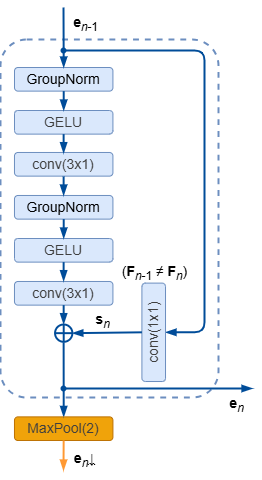
Before: images/parametersEstimation/encoder_block_diagram.drawio.png, a diagram exported from draw.io (romangorbunov91/master-thesis-2026). Source tidied: cells renumbered, new cells last; positions are measured from the earlier drawing's top-left corner, leaving out a move shared by most shapes.
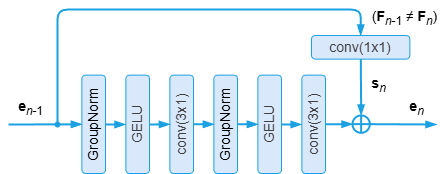
The same diagram one commit later.

Change to the diagram source:
```diff
@@ -2,117 +2,90 @@
   <root>
     <mxCell id="0" />
     <mxCell id="1" parent="0" />
-    <mxCell id="2" style="rounded=1;whiteSpace=wrap;html=1;fillColor=none;strokeColor=#6c8ebf;dashed=1;strokeWidth=1.9685;arcSize=12;" parent="1" vertex="1">
-      <mxGeometry y="33" width="218" height="358" as="geometry" />
-    </mxCell>
+    <mxCell id="7" value="&lt;font style=&quot;font-size: 14px;&quot;&gt;&lt;b style=&quot;&quot;&gt;e&lt;/b&gt;&lt;sub style=&quot;&quot;&gt;&lt;i style=&quot;&quot;&gt;n&lt;/i&gt;-1&lt;/sub&gt;&lt;/font&gt;" style="text;html=1;align=center;verticalAlign=middle;strokeColor=none;fillColor=none;" parent="1" vertex="1">
+      <mxGeometry x="-132" y="206" width="44" height="33" as="geometry" />
+    </mxCell>
+    <mxCell id="23" value="&lt;font style=&quot;font-size: 14px;&quot;&gt;&lt;b style=&quot;&quot;&gt;e&lt;/b&gt;&lt;sub style=&quot;&quot;&gt;&lt;i style=&quot;&quot;&gt;n&lt;/i&gt;&lt;/sub&gt;&lt;/font&gt;" style="text;html=1;align=center;verticalAlign=middle;strokeColor=none;fillColor=none;" parent="1" vertex="1">
+      <mxGeometry x="259" y="206" width="33" height="33" as="geometry" />
+    </mxCell>
+    <mxCell id="24" value="&lt;font style=&quot;font-size: 14px;&quot;&gt;&lt;b style=&quot;&quot;&gt;s&lt;/b&gt;&lt;sub style=&quot;&quot;&gt;&lt;i style=&quot;&quot;&gt;n&lt;/i&gt;&lt;/sub&gt;&lt;/font&gt;" style="text;html=1;align=center;verticalAlign=middle;strokeColor=none;fillColor=none;strokeWidth=1.9685;" parent="1" vertex="1">
+      <mxGeometry x="221" y="183" width="33" height="33" as="geometry" />
+    </mxCell>
+    <mxCell id="28" value="&lt;span style=&quot;font-size: 14px;&quot;&gt;(&lt;b&gt;F&lt;/b&gt;&lt;sub&gt;&lt;i&gt;n&lt;/i&gt;-1&lt;/sub&gt; ≠ &lt;b&gt;F&lt;/b&gt;&lt;sub&gt;&lt;i&gt;n&lt;/i&gt;&lt;/sub&gt;)&lt;/span&gt;" style="text;html=1;align=center;verticalAlign=middle;strokeColor=none;fillColor=none;strokeWidth=1.9685;" parent="1" vertex="1">
+      <mxGeometry x="222.4" y="116" width="84" height="33" as="geometry" />
+    </mxCell>
-    <mxCell id="3" value="&lt;span style=&quot;font-size: 14px;&quot;&gt;GroupNorm&lt;/span&gt;" style="rounded=1;whiteSpace=wrap;html=1;rotation=0;fillColor=#dae8fc;strokeColor=#6c8ebf;" parent="1" vertex="1">
-      <mxGeometry x="14" y="61" width="98.4" height="23.6" as="geometry" />
+    <mxCell id="3" value="&lt;span style=&quot;font-size: 14px;&quot;&gt;GroupNorm&lt;/span&gt;" style="rounded=1;whiteSpace=wrap;html=1;rotation=-90;fillColor=#dae8fc;strokeColor=#1BA1E2;" parent="1" vertex="1">
+      <mxGeometry x="-96" y="228" width="98.4" height="23.6" as="geometry" />
     </mxCell>
-    <mxCell id="4" value="&lt;span style=&quot;color: rgb(63, 63, 63); font-size: 14px;&quot;&gt;GELU&lt;/span&gt;" style="rounded=1;whiteSpace=wrap;html=1;rotation=0;fillColor=#dae8fc;strokeColor=#6c8ebf;" parent="1" vertex="1">
-      <mxGeometry x="14" y="104" width="98.4" height="23.6" as="geometry" />
+    <mxCell id="4" value="&lt;span style=&quot;color: rgb(63, 63, 63); font-size: 14px;&quot;&gt;GELU&lt;/span&gt;" style="rounded=1;whiteSpace=wrap;html=1;rotation=-90;fillColor=#dae8fc;strokeColor=#1BA1E2;" parent="1" vertex="1">
+      <mxGeometry x="-52" y="228" width="98.4" height="23.6" as="geometry" />
     </mxCell>
-    <mxCell id="5" value="&lt;span style=&quot;color: rgb(63, 63, 63); font-size: 14px;&quot;&gt;conv(3x1)&lt;/span&gt;" style="rounded=1;whiteSpace=wrap;html=1;rotation=0;fillColor=#dae8fc;strokeColor=#6c8ebf;" parent="1" vertex="1">
-      <mxGeometry x="14" y="146" width="98.4" height="23.6" as="geometry" />
+    <mxCell id="5" value="&lt;span style=&quot;color: rgb(63, 63, 63); font-size: 14px;&quot;&gt;conv(3x1)&lt;/span&gt;" style="rounded=1;whiteSpace=wrap;html=1;rotation=-90;fillColor=#dae8fc;strokeColor=#1BA1E2;" parent="1" vertex="1">
+      <mxGeometry x="-8" y="228" width="98.4" height="23.6" as="geometry" />
     </mxCell>
-    <mxCell id="6" style="edgeStyle=none;html=1;entryX=0.5;entryY=0;entryDx=0;entryDy=0;rounded=0;curved=0;endArrow=blockThin;endFill=1;strokeColor=#004C99;strokeWidth=1.9685;" parent="1" edge="1" target="3">
+    <mxCell id="6" style="edgeStyle=none;html=1;entryX=0.5;entryY=0;entryDx=0;entryDy=0;rounded=0;curved=0;endArrow=blockThin;endFill=1;strokeColor=#1BA1E2;strokeWidth=2;" parent="1" edge="1" target="3">
       <mxGeometry relative="1" as="geometry">
-        <mxPoint x="63" y="1" as="sourcePoint" />
+        <mxPoint x="-132" y="240" as="sourcePoint" />
       </mxGeometry>
     </mxCell>
-    <mxCell id="7" value="&lt;font style=&quot;font-size: 14px;&quot;&gt;&lt;b style=&quot;&quot;&gt;e&lt;/b&gt;&lt;sub style=&quot;&quot;&gt;&lt;i style=&quot;&quot;&gt;n&lt;/i&gt;-1&lt;/sub&gt;&lt;/font&gt;" style="text;html=1;align=center;verticalAlign=middle;strokeColor=none;fillColor=none;" parent="1" vertex="1">
-      <mxGeometry x="63" width="44" height="33" as="geometry" />
-    </mxCell>
-    <mxCell id="8" style="edgeStyle=none;html=1;entryX=0.5;entryY=0;entryDx=0;entryDy=0;rounded=0;curved=0;endArrow=blockThin;endFill=1;strokeColor=#004C99;exitX=0.5;exitY=1;exitDx=0;exitDy=0;strokeWidth=1.9685;" parent="1" edge="1" source="3" target="4">
-      <mxGeometry relative="1" as="geometry" />
+    <mxCell id="8" style="edgeStyle=none;html=1;rounded=0;curved=0;endArrow=blockThin;endFill=1;strokeColor=#1BA1E2;strokeWidth=2;" parent="1" edge="1">
+      <mxGeometry relative="1" as="geometry">
+        <mxPoint x="-35" y="240" as="sourcePoint" />
+        <mxPoint x="-15" y="240" as="targetPoint" />
+      </mxGeometry>
     </mxCell>
-    <mxCell id="9" style="edgeStyle=none;html=1;entryX=0.5;entryY=0;entryDx=0;entryDy=0;rounded=0;curved=0;endArrow=blockThin;endFill=1;strokeColor=#004C99;exitX=0.5;exitY=1;exitDx=0;exitDy=0;strokeWidth=1.9685;" parent="1" edge="1">
+    <mxCell id="9" style="edgeStyle=none;html=1;entryX=0.5;entryY=0;entryDx=0;entryDy=0;rounded=0;curved=0;endArrow=blockThin;endFill=1;strokeColor=#1BA1E2;strokeWidth=2;" parent="1" edge="1" target="5">
       <mxGeometry relative="1" as="geometry">
-        <mxPoint x="63.1" y="127.6" as="sourcePoint" />
-        <mxPoint x="63.1" y="146.6" as="targetPoint" />
+        <mxPoint x="9" y="240" as="sourcePoint" />
       </mxGeometry>
     </mxCell>
-    <mxCell id="10" value="&lt;span style=&quot;font-size: 14px;&quot;&gt;GroupNorm&lt;/span&gt;" style="rounded=1;whiteSpace=wrap;html=1;rotation=0;fillColor=#dae8fc;strokeColor=#6c8ebf;" parent="1" vertex="1">
-      <mxGeometry x="14" y="189" width="98.4" height="23.6" as="geometry" />
+    <mxCell id="10" value="&lt;span style=&quot;font-size: 14px;&quot;&gt;GroupNorm&lt;/span&gt;" style="rounded=1;whiteSpace=wrap;html=1;rotation=-90;fillColor=#dae8fc;strokeColor=#1BA1E2;" parent="1" vertex="1">
+      <mxGeometry x="36" y="228" width="98.4" height="23.6" as="geometry" />
     </mxCell>
-    <mxCell id="11" value="&lt;span style=&quot;color: rgb(63, 63, 63); font-size: 14px;&quot;&gt;GELU&lt;/span&gt;" style="rounded=1;whiteSpace=wrap;html=1;rotation=0;fillColor=#dae8fc;strokeColor=#6c8ebf;" parent="1" vertex="1">
-      <mxGeometry x="14" y="232" width="98.4" height="23.6" as="geometry" />
+    <mxCell id="11" value="&lt;span style=&quot;color: rgb(63, 63, 63); font-size: 14px;&quot;&gt;GELU&lt;/span&gt;" style="rounded=1;whiteSpace=wrap;html=1;rotation=-90;fillColor=#dae8fc;strokeColor=#1BA1E2;" parent="1" vertex="1">
+      <mxGeometry x="80" y="228" width="98.4" height="23.6" as="geometry" />
     </mxCell>
-    <mxCell id="12" value="&lt;span style=&quot;color: rgb(63, 63, 63); font-size: 14px;&quot;&gt;conv(3x1)&lt;/span&gt;" style="rounded=1;whiteSpace=wrap;html=1;rotation=0;fillColor=#dae8fc;strokeColor=#6c8ebf;" parent="1" vertex="1">
-      <mxGeometry x="14" y="275" width="98.4" height="23.6" as="geometry" />
+    <mxCell id="12" value="&lt;span style=&quot;color: rgb(63, 63, 63); font-size: 14px;&quot;&gt;conv(3x1)&lt;/span&gt;" style="rounded=1;whiteSpace=wrap;html=1;rotation=-90;fillColor=#dae8fc;strokeColor=#1BA1E2;" parent="1" vertex="1">
+      <mxGeometry x="124" y="228" width="98.4" height="23.6" as="geometry" />
     </mxCell>
-    <mxCell id="13" style="edgeStyle=none;html=1;entryX=0.5;entryY=0;entryDx=0;entryDy=0;rounded=0;curved=0;endArrow=blockThin;endFill=1;strokeColor=#004C99;exitX=0.5;exitY=1;exitDx=0;exitDy=0;strokeWidth=1.9685;" parent="1" edge="1" source="10" target="11">
+    <mxCell id="13" style="edgeStyle=none;html=1;rounded=0;curved=0;endArrow=blockThin;endFill=1;strokeColor=#1BA1E2;strokeWidth=2;entryX=0.5;entryY=0;entryDx=0;entryDy=0;exitX=0.5;exitY=1;exitDx=0;exitDy=0;" parent="1" edge="1" source="10" target="11">
       <mxGeometry relative="1" as="geometry" />
     </mxCell>
-    <mxCell id="14" style="edgeStyle=none;html=1;entryX=0.5;entryY=0;entryDx=0;entryDy=0;rounded=0;curved=0;endArrow=blockThin;endFill=1;strokeColor=#004C99;exitX=0.5;exitY=1;exitDx=0;exitDy=0;strokeWidth=1.9685;" parent="1" edge="1">
+    <mxCell id="14" style="edgeStyle=none;html=1;entryX=0.498;entryY=-0.013;entryDx=0;entryDy=0;rounded=0;curved=0;endArrow=blockThin;endFill=1;strokeColor=#1BA1E2;strokeWidth=2;entryPerimeter=0;" parent="1" edge="1" target="12">
       <mxGeometry relative="1" as="geometry">
-        <mxPoint x="63.1" y="255.6" as="sourcePoint" />
-        <mxPoint x="63.1" y="274.6" as="targetPoint" />
+        <mxPoint x="141" y="240" as="sourcePoint" />
       </mxGeometry>
     </mxCell>
-    <mxCell id="15" style="edgeStyle=none;html=1;entryX=0.5;entryY=0;entryDx=0;entryDy=0;rounded=0;curved=0;endArrow=blockThin;endFill=1;strokeColor=#004C99;exitX=0.5;exitY=1;exitDx=0;exitDy=0;strokeWidth=1.9685;" parent="1" edge="1">
-      <mxGeometry relative="1" as="geometry">
-        <mxPoint x="63.1" y="170" as="sourcePoint" />
-        <mxPoint x="63.1" y="189" as="targetPoint" />
-      </mxGeometry>
+    <mxCell id="15" style="edgeStyle=none;html=1;entryX=0.5;entryY=0;entryDx=0;entryDy=0;rounded=0;curved=0;endArrow=blockThin;endFill=1;strokeColor=#1BA1E2;strokeWidth=2;exitX=0.5;exitY=1;exitDx=0;exitDy=0;" parent="1" edge="1" source="5" target="10">
+      <mxGeometry relative="1" as="geometry" />
     </mxCell>
-    <mxCell id="16" style="verticalLabelPosition=bottom;verticalAlign=top;html=1;shape=mxgraph.flowchart.summing_function;strokeColor=#004C99;strokeWidth=1.9685;" parent="1" vertex="1">
-      <mxGeometry x="54.6" y="318" width="17.3" height="17.3" as="geometry" />
+    <mxCell id="16" style="verticalLabelPosition=bottom;verticalAlign=top;html=1;shape=mxgraph.flowchart.summing_function;strokeColor=#1BA1E2;strokeWidth=2;rotation=-90;" parent="1" vertex="1">
+      <mxGeometry x="212" y="231" width="17.3" height="17.3" as="geometry" />
     </mxCell>
-    <mxCell id="17" style="edgeStyle=none;html=1;entryX=0.5;entryY=0;entryDx=0;entryDy=0;rounded=0;curved=0;endArrow=blockThin;endFill=1;strokeColor=#004C99;exitX=0.5;exitY=1;exitDx=0;exitDy=0;strokeWidth=1.9685;" parent="1" edge="1">
-      <mxGeometry relative="1" as="geometry">
-        <mxPoint x="63.2" y="298.6" as="sourcePoint" />
-        <mxPoint x="63.2" y="317.6" as="targetPoint" />
-      </mxGeometry>
+    <mxCell id="17" style="edgeStyle=none;html=1;entryX=0.5;entryY=0;entryDx=0;entryDy=0;rounded=0;curved=0;endArrow=blockThin;endFill=1;strokeColor=#1BA1E2;strokeWidth=2;entryPerimeter=0;exitX=0.5;exitY=1;exitDx=0;exitDy=0;" parent="1" edge="1" source="12" target="16">
+      <mxGeometry relative="1" as="geometry" />
     </mxCell>
-    <mxCell id="18" style="edgeStyle=orthogonalEdgeStyle;html=1;rounded=1;endArrow=blockThin;endFill=1;strokeColor=#004C99;startArrow=oval;startFill=1;startSize=3.937;curved=0;strokeWidth=1.9685;entryX=0.5;entryY=1;entryDx=0;entryDy=0;" parent="1" edge="1" target="26">
+    <mxCell id="18" style="edgeStyle=orthogonalEdgeStyle;html=1;rounded=1;endArrow=blockThin;endFill=1;strokeColor=#1BA1E2;startArrow=oval;startFill=1;startSize=3.937;curved=0;strokeWidth=2;entryX=0.5;entryY=0;entryDx=0;entryDy=0;" parent="1" edge="1" target="26">
       <mxGeometry relative="1" as="geometry">
-        <mxPoint x="63" y="44" as="sourcePoint" />
+        <mxPoint x="-83" y="240" as="sourcePoint" />
         <Array as="points">
-          <mxPoint x="204" y="44" />
-          <mxPoint x="204" y="326" />
+          <mxPoint x="-83" y="125" />
+          <mxPoint x="220" y="125" />
         </Array>
       </mxGeometry>
     </mxCell>
-    <mxCell id="19" value="&lt;span style=&quot;color: rgb(63, 63, 63); font-size: 14px;&quot;&gt;MaxPool(2)&lt;/span&gt;" style="rounded=1;whiteSpace=wrap;html=1;rotation=0;fillColor=#f0a30a;strokeColor=#BD7000;glass=0;fontColor=#000000;" parent="1" vertex="1">
-      <mxGeometry x="14" y="410.4" width="98.4" height="23.6" as="geometry" />
-    </mxCell>
-    <mxCell id="20" style="edgeStyle=none;html=1;rounded=0;curved=0;endArrow=blockThin;endFill=1;strokeColor=#004C99;exitX=0.5;exitY=1;exitDx=0;exitDy=0;entryX=0.5;entryY=0;entryDx=0;entryDy=0;strokeWidth=1.9685;" parent="1" edge="1" target="19">
+    <mxCell id="20" style="edgeStyle=none;html=1;rounded=0;curved=0;endArrow=blockThin;endFill=1;strokeColor=#1BA1E2;strokeWidth=2;exitX=0.5;exitY=1;exitDx=0;exitDy=0;exitPerimeter=0;" parent="1" edge="1" source="16">
       <mxGeometry relative="1" as="geometry">
-        <mxPoint x="63.1" y="336" as="sourcePoint" />
+        <mxPoint x="296" y="240" as="targetPoint" />
       </mxGeometry>
     </mxCell>
-    <mxCell id="21" style="edgeStyle=none;html=1;rounded=0;curved=0;endArrow=blockThin;endFill=1;strokeColor=#FF9933;exitX=0.5;exitY=1;exitDx=0;exitDy=0;strokeWidth=1.9685;" parent="1" edge="1">
-      <mxGeometry relative="1" as="geometry">
-        <mxPoint x="63.2" y="434" as="sourcePoint" />
-        <mxPoint x="63" y="464" as="targetPoint" />
-      </mxGeometry>
-    </mxCell>
-    <mxCell id="22" style="edgeStyle=orthogonalEdgeStyle;html=1;rounded=0;endArrow=blockThin;endFill=1;strokeColor=#004C99;startArrow=oval;startFill=1;startSize=3.937;strokeWidth=1.9685;" parent="1" edge="1">
-      <mxGeometry relative="1" as="geometry">
-        <mxPoint x="63" y="382" as="sourcePoint" />
-        <mxPoint x="252" y="382" as="targetPoint" />
-        <Array as="points">
-          <mxPoint x="156" y="382" />
-        </Array>
-      </mxGeometry>
-    </mxCell>
-    <mxCell id="23" value="&lt;font style=&quot;font-size: 14px;&quot;&gt;&lt;b style=&quot;&quot;&gt;e&lt;/b&gt;&lt;sub style=&quot;&quot;&gt;&lt;i style=&quot;&quot;&gt;n&lt;/i&gt;&lt;/sub&gt;&lt;/font&gt;" style="text;html=1;align=center;verticalAlign=middle;strokeColor=none;fillColor=none;" parent="1" vertex="1">
-      <mxGeometry x="219" y="381" width="33" height="33" as="geometry" />
-    </mxCell>
-    <mxCell id="24" value="&lt;font style=&quot;font-size: 14px;&quot;&gt;&lt;b style=&quot;&quot;&gt;s&lt;/b&gt;&lt;sub style=&quot;&quot;&gt;&lt;i style=&quot;&quot;&gt;n&lt;/i&gt;&lt;/sub&gt;&lt;/font&gt;" style="text;html=1;align=center;verticalAlign=middle;strokeColor=none;fillColor=none;strokeWidth=1.9685;" parent="1" vertex="1">
-      <mxGeometry x="85" y="297" width="33" height="33" as="geometry" />
-    </mxCell>
-    <mxCell id="25" value="&lt;font style=&quot;font-size: 14px;&quot;&gt;&lt;font style=&quot;&quot;&gt;&lt;b style=&quot;&quot;&gt;e&lt;/b&gt;&lt;sub style=&quot;&quot;&gt;&lt;i style=&quot;&quot;&gt;n&lt;/i&gt;&lt;/sub&gt;&lt;/font&gt;&lt;font face=&quot;Google Sans, Arial, sans-serif&quot;&gt;&lt;i style=&quot;&quot;&gt;&lt;u style=&quot;&quot;&gt;↓&lt;/u&gt;&lt;/i&gt;&lt;/font&gt;&lt;/font&gt;" style="text;html=1;align=center;verticalAlign=middle;strokeColor=none;fillColor=none;" parent="1" vertex="1">
-      <mxGeometry x="64" y="436" width="40" height="33" as="geometry" />
-    </mxCell>
+    <mxCell id="27" style="edgeStyle=none;html=1;rounded=0;curved=0;endArrow=blockThin;endFill=1;strokeColor=#1BA1E2;exitX=0.5;exitY=0;exitDx=0;exitDy=0;strokeWidth=2;entryX=1;entryY=0.5;entryDx=0;entryDy=0;entryPerimeter=0;" parent="1" edge="1" target="16">
+      <mxGeometry relative="1" as="geometry">
+        <mxPoint x="220.2" y="161.6" as="sourcePoint" />
+      </mxGeometry>
+    </mxCell>
-    <mxCell id="26" value="&lt;span style=&quot;color: rgb(63, 63, 63); font-size: 14px;&quot;&gt;conv(1x1)&lt;/span&gt;" style="rounded=1;whiteSpace=wrap;html=1;rotation=-90;fillColor=#dae8fc;strokeColor=#6c8ebf;" parent="1" vertex="1">
-      <mxGeometry x="104" y="314" width="98.4" height="23.6" as="geometry" />
+    <mxCell id="26" value="&lt;span style=&quot;color: rgb(63, 63, 63); font-size: 14px;&quot;&gt;conv(1x1)&lt;/span&gt;" style="rounded=1;whiteSpace=wrap;html=1;rotation=0;fillColor=#dae8fc;strokeColor=#1BA1E2;" parent="1" vertex="1">
+      <mxGeometry x="171" y="151" width="98.4" height="23.6" as="geometry" />
     </mxCell>
-    <mxCell id="27" style="edgeStyle=none;html=1;rounded=0;curved=0;endArrow=blockThin;endFill=1;strokeColor=#004C99;exitX=0.5;exitY=0;exitDx=0;exitDy=0;strokeWidth=1.9685;entryX=1;entryY=0.5;entryDx=0;entryDy=0;entryPerimeter=0;" parent="1" edge="1" source="26" target="16">
-      <mxGeometry relative="1" as="geometry" />
-    </mxCell>
-    <mxCell id="28" value="&lt;span style=&quot;font-size: 14px;&quot;&gt;(&lt;b&gt;F&lt;/b&gt;&lt;sub&gt;&lt;i&gt;n&lt;/i&gt;-1&lt;/sub&gt; ≠ &lt;b&gt;F&lt;/b&gt;&lt;sub&gt;&lt;i&gt;n&lt;/i&gt;&lt;/sub&gt;)&lt;/span&gt;" style="text;html=1;align=center;verticalAlign=middle;strokeColor=none;fillColor=none;strokeWidth=1.9685;" parent="1" vertex="1">
-      <mxGeometry x="112.4" y="249" width="84" height="33" as="geometry" />
-    </mxCell>
   </root>
 </mxGraphModel>
```
